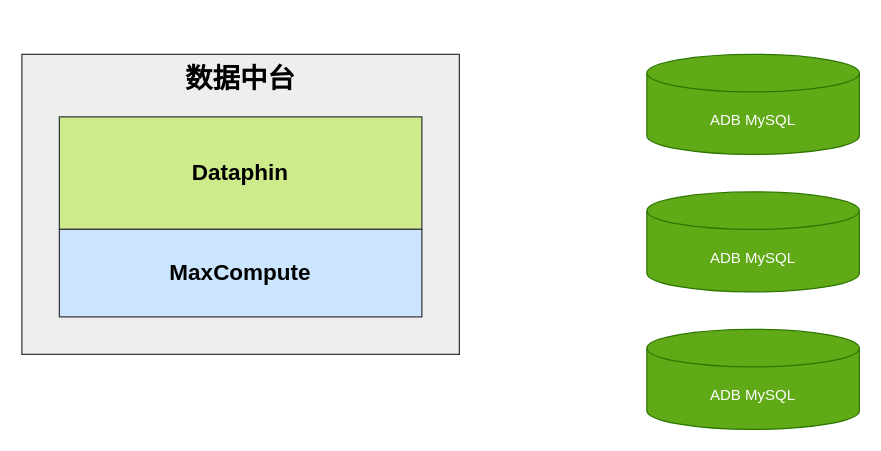
This is bsd.drawio from starzy1990/diagrams, a draw.io file, before an edit. Source tidied: cells renumbered, new cells numbered last; positions are measured from the earlier drawing's top-left corner, leaving out a move shared by most shapes. Both pictures are drawn from the tidied source at 125%, with x=0, y=0 at pixel (21, 54).
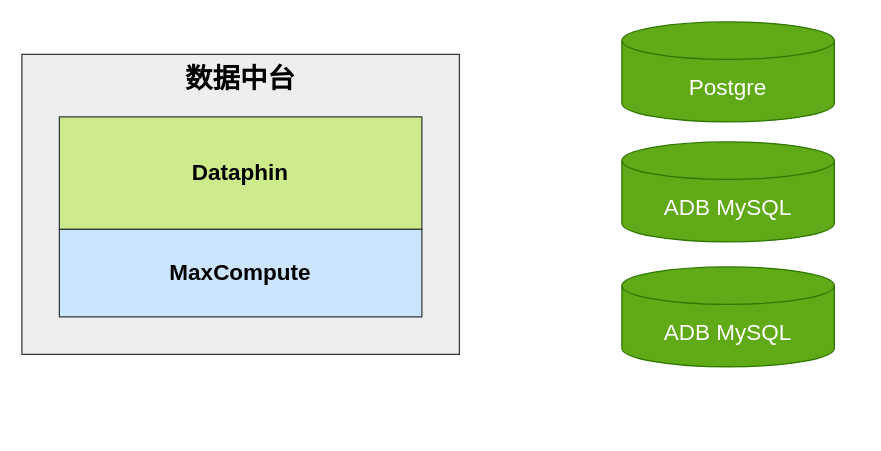
The same diagram, later.

What changed in the source:
```diff
@@
 <mxGraphModel>
   <root>
     <mxCell id="0" />
     <mxCell id="1" parent="0" />
     <mxCell id="2" value="数据中台" style="rounded=0;whiteSpace=wrap;html=1;fillColor=#eeeeee;strokeColor=#36393d;verticalAlign=top;fontSize=22;fontStyle=1;" parent="1" vertex="1">
       <mxGeometry width="350" height="240" as="geometry" />
     </mxCell>
     <mxCell id="3" value="Dataphin" style="rounded=0;whiteSpace=wrap;html=1;fillColor=#cdeb8b;strokeColor=#36393d;fontStyle=1;fontSize=18;" parent="1" vertex="1">
       <mxGeometry x="30" y="50" width="290" height="90" as="geometry" />
     </mxCell>
     <mxCell id="4" value="MaxCompute" style="rounded=0;whiteSpace=wrap;html=1;fontStyle=1;fontSize=18;fillColor=#cce5ff;strokeColor=#36393d;" parent="1" vertex="1">
       <mxGeometry x="30" y="140" width="290" height="70" as="geometry" />
     </mxCell>
-    <mxCell id="5" value="ADB MySQL" style="shape=cylinder3;whiteSpace=wrap;html=1;boundedLbl=1;backgroundOutline=1;size=15;fillColor=#60a917;strokeColor=#2D7600;fontColor=#ffffff;" parent="1" vertex="1">
-      <mxGeometry x="500" width="170" height="80" as="geometry" />
+    <mxCell id="5" value="Postgre" style="shape=cylinder3;whiteSpace=wrap;html=1;boundedLbl=1;backgroundOutline=1;size=15;fillColor=#60a917;strokeColor=#2D7600;fontColor=#ffffff;fontSize=18;" parent="1" vertex="1">
+      <mxGeometry x="480" y="-26" width="170" height="80" as="geometry" />
     </mxCell>
-    <mxCell id="6" value="ADB MySQL" style="shape=cylinder3;whiteSpace=wrap;html=1;boundedLbl=1;backgroundOutline=1;size=15;fillColor=#60a917;strokeColor=#2D7600;fontColor=#ffffff;" parent="1" vertex="1">
-      <mxGeometry x="500" y="110" width="170" height="80" as="geometry" />
+    <mxCell id="6" value="ADB MySQL" style="shape=cylinder3;whiteSpace=wrap;html=1;boundedLbl=1;backgroundOutline=1;size=15;fillColor=#60a917;strokeColor=#2D7600;fontColor=#ffffff;fontSize=18;" parent="1" vertex="1">
+      <mxGeometry x="480" y="70" width="170" height="80" as="geometry" />
     </mxCell>
-    <mxCell id="7" value="ADB MySQL" style="shape=cylinder3;whiteSpace=wrap;html=1;boundedLbl=1;backgroundOutline=1;size=15;fillColor=#60a917;strokeColor=#2D7600;fontColor=#ffffff;" parent="1" vertex="1">
-      <mxGeometry x="500" y="220" width="170" height="80" as="geometry" />
+    <mxCell id="7" value="ADB MySQL" style="shape=cylinder3;whiteSpace=wrap;html=1;boundedLbl=1;backgroundOutline=1;size=15;fillColor=#60a917;strokeColor=#2D7600;fontColor=#ffffff;fontSize=18;" parent="1" vertex="1">
+      <mxGeometry x="480" y="170" width="170" height="80" as="geometry" />
     </mxCell>
   </root>
 </mxGraphModel>
```
